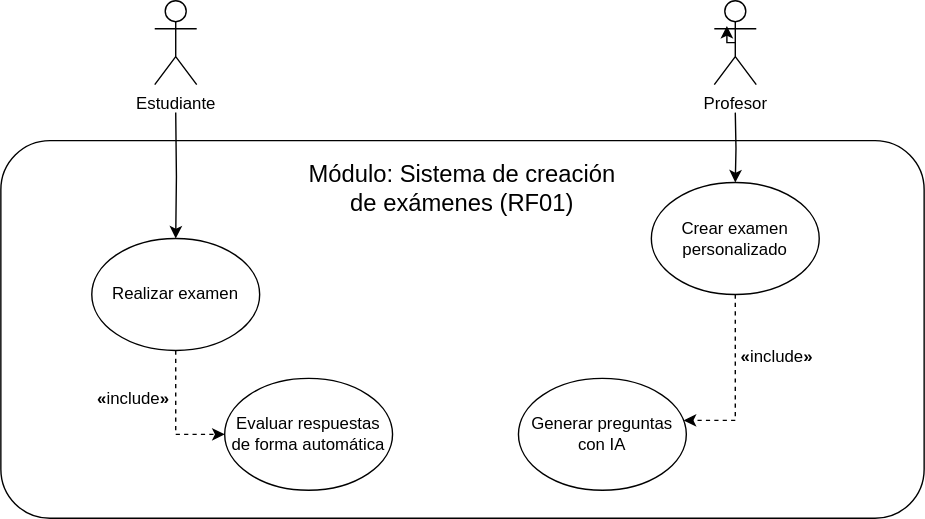
Earlier version of the draw.io export docs/diagrams/usecases/UCD-gestionDeExamenes.svg (Juanb7737/calificia). Source tidied: cells renumbered, new cells last; positions are measured from the earlier drawing's top-left corner, leaving out a move shared by most shapes.
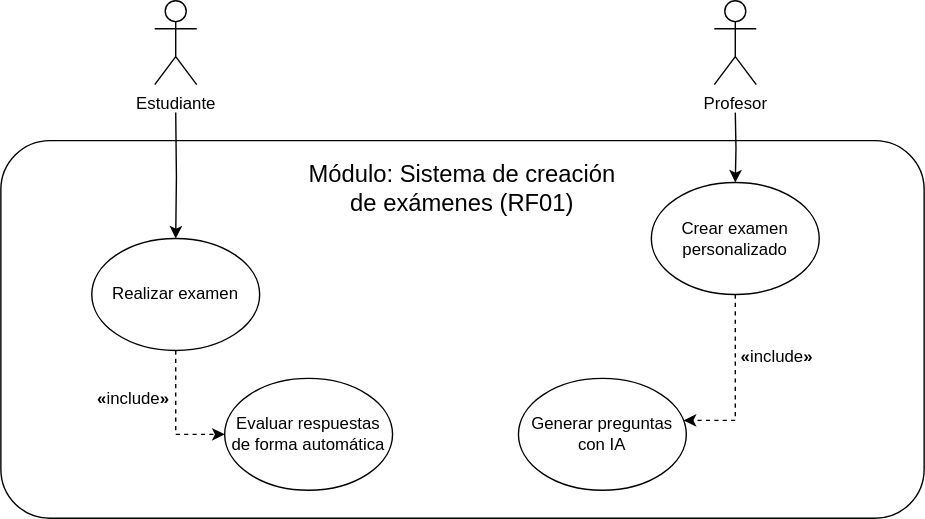
The same file after the commit.

What changed in the source:
```diff
@@ -52,8 +52,5 @@
     <mxCell id="15" value="&lt;span id=&quot;columnas_especial&quot;&gt;&lt;strong&gt;«&lt;/strong&gt;&lt;/span&gt;include&lt;strong&gt;»&lt;/strong&gt;" style="text;html=1;align=center;verticalAlign=middle;whiteSpace=wrap;rounded=0;" parent="1" vertex="1">
       <mxGeometry x="65" y="270" width="60" height="30" as="geometry" />
     </mxCell>
-    <mxCell id="16" style="edgeStyle=orthogonalEdgeStyle;rounded=0;orthogonalLoop=1;jettySize=auto;html=1;exitX=0.5;exitY=0.5;exitDx=0;exitDy=0;exitPerimeter=0;entryX=0.3;entryY=0.3;entryDx=0;entryDy=0;entryPerimeter=0;" parent="1" edge="1" source="4" target="4">
-      <mxGeometry relative="1" as="geometry" />
-    </mxCell>
   </root>
 </mxGraphModel>
```
